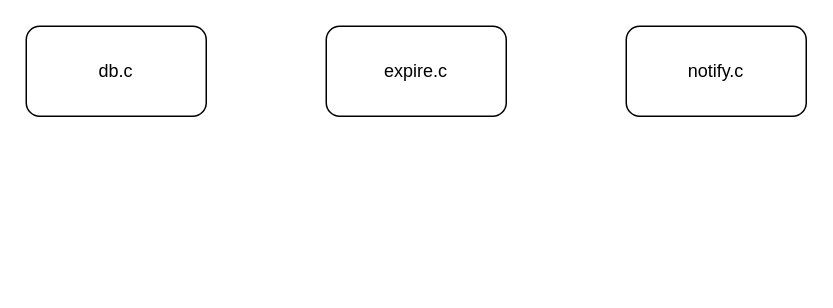
This is page "x.c" (3 of 3) of redis.drawio from tadsimons/draw, a draw.io file, before an edit. Source tidied: cells renumbered, new cells numbered last; positions are measured from the earlier drawing's top-left corner, leaving out a move shared by most shapes. Both pictures are drawn from the tidied source at 150%, with x=0, y=0 at pixel (26, 26).
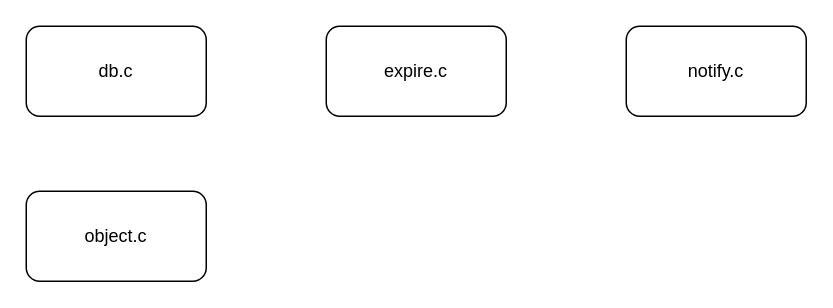
After the change.

What changed in the source:
```diff
@@
 <mxGraphModel>
   <root>
     <mxCell id="0" />
     <mxCell id="1" parent="0" />
     <mxCell id="2" value="db.c" style="rounded=1;whiteSpace=wrap;html=1;" parent="1" vertex="1">
       <mxGeometry width="120" height="60" as="geometry" />
     </mxCell>
     <mxCell id="3" value="expire.c" style="rounded=1;whiteSpace=wrap;html=1;" parent="1" vertex="1">
       <mxGeometry x="200" width="120" height="60" as="geometry" />
     </mxCell>
     <mxCell id="4" value="notify.c" style="rounded=1;whiteSpace=wrap;html=1;" parent="1" vertex="1">
       <mxGeometry x="400" width="120" height="60" as="geometry" />
     </mxCell>
+    <mxCell id="5" value="object.c" style="rounded=1;whiteSpace=wrap;html=1;" parent="1" vertex="1">
+      <mxGeometry y="110" width="120" height="60" as="geometry" />
+    </mxCell>
   </root>
 </mxGraphModel>
```
